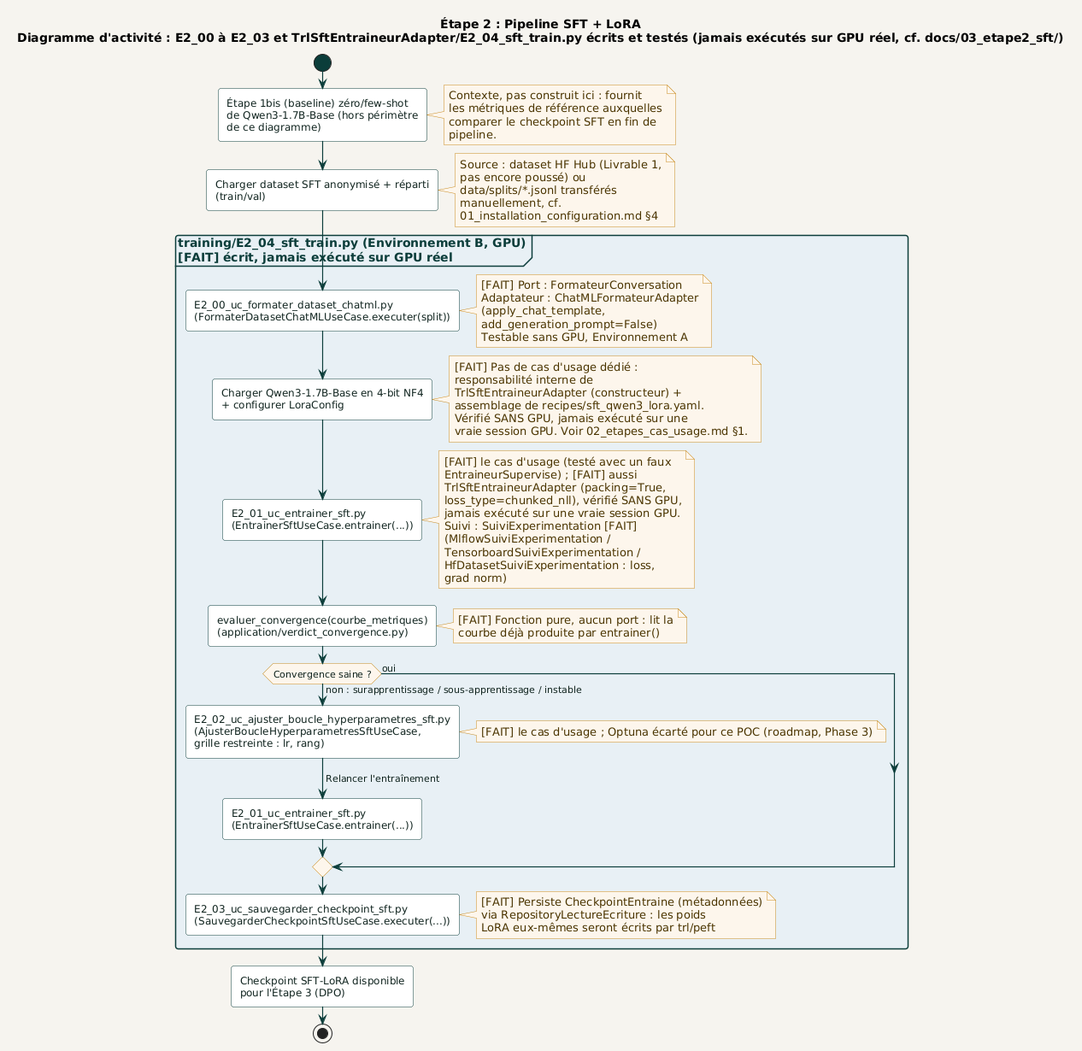
Above: docs/diagrams/03_etape2_sft/activite/pipeline_sft_lora.png in racemartin/m14_ocr (PlantUML), before the change.
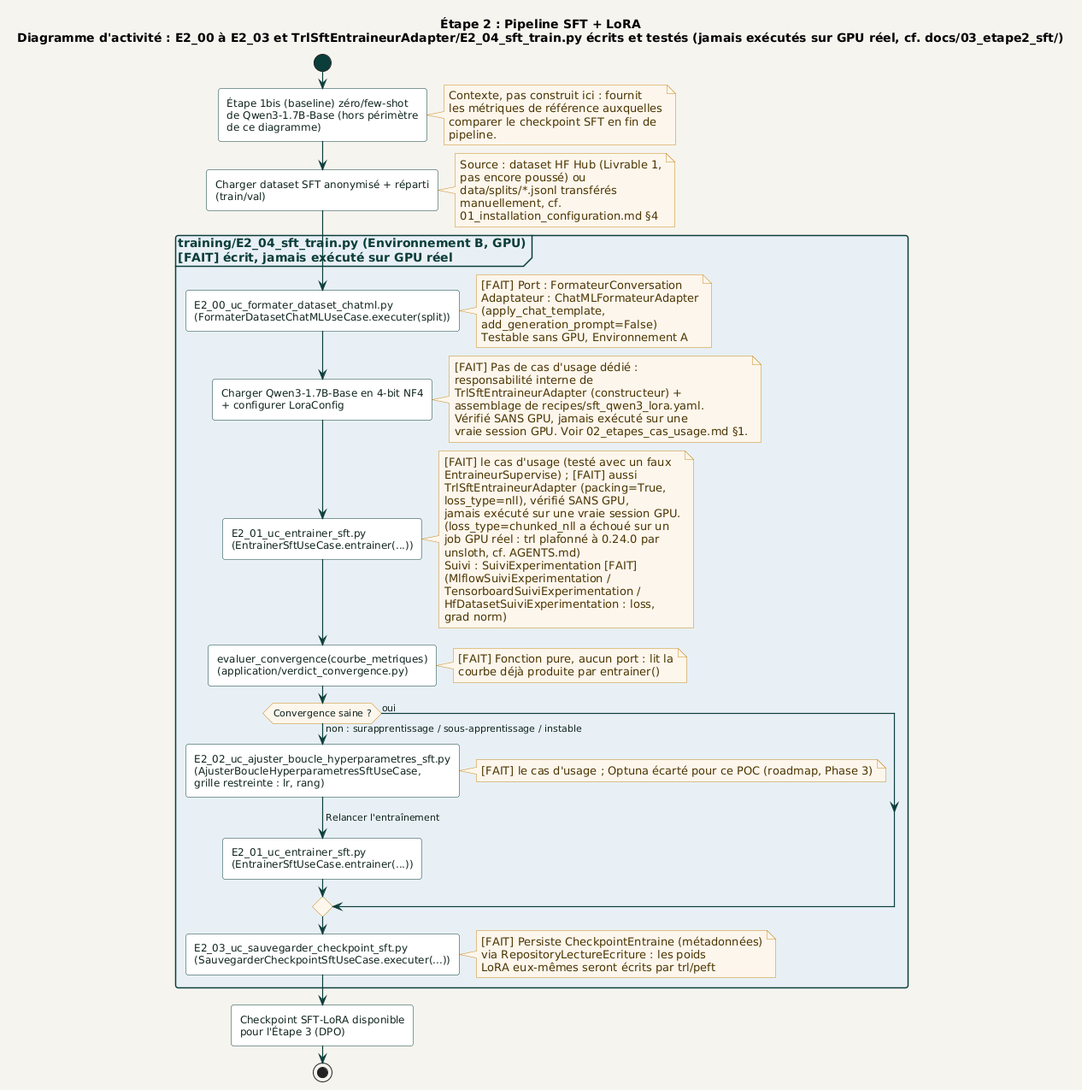
After the change.

What changed in the source:
```diff
@@ -48,8 +48,11 @@
     [FAIT] le cas d'usage (testé avec un faux
     EntraineurSupervise) ; [FAIT] aussi
     TrlSftEntraineurAdapter (packing=True,
-    loss_type=chunked_nll), vérifié SANS GPU,
+    loss_type=nll), vérifié SANS GPU,
     jamais exécuté sur une vraie session GPU.
+    (loss_type=chunked_nll a échoué sur un
+    job GPU réel : trl plafonné à 0.24.0 par
+    unsloth, cf. AGENTS.md)
     Suivi : SuiviExperimentation [FAIT]
     (MlflowSuiviExperimentation /
     TensorboardSuiviExperimentation /
```
